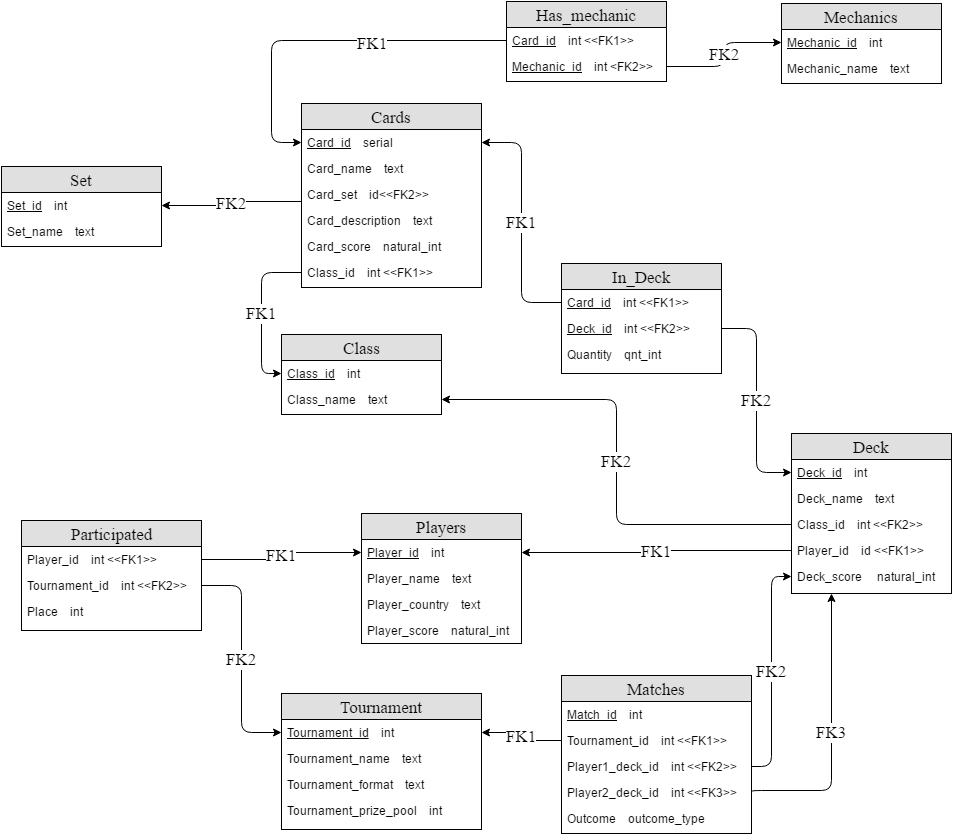
21011996/HearthStoneDB keeps this draw.io diagram as PDM.png. Above is the earlier version. Source tidied: cells renumbered, new cells last; positions are measured from the earlier drawing's top-left corner, leaving out a move shared by most shapes.
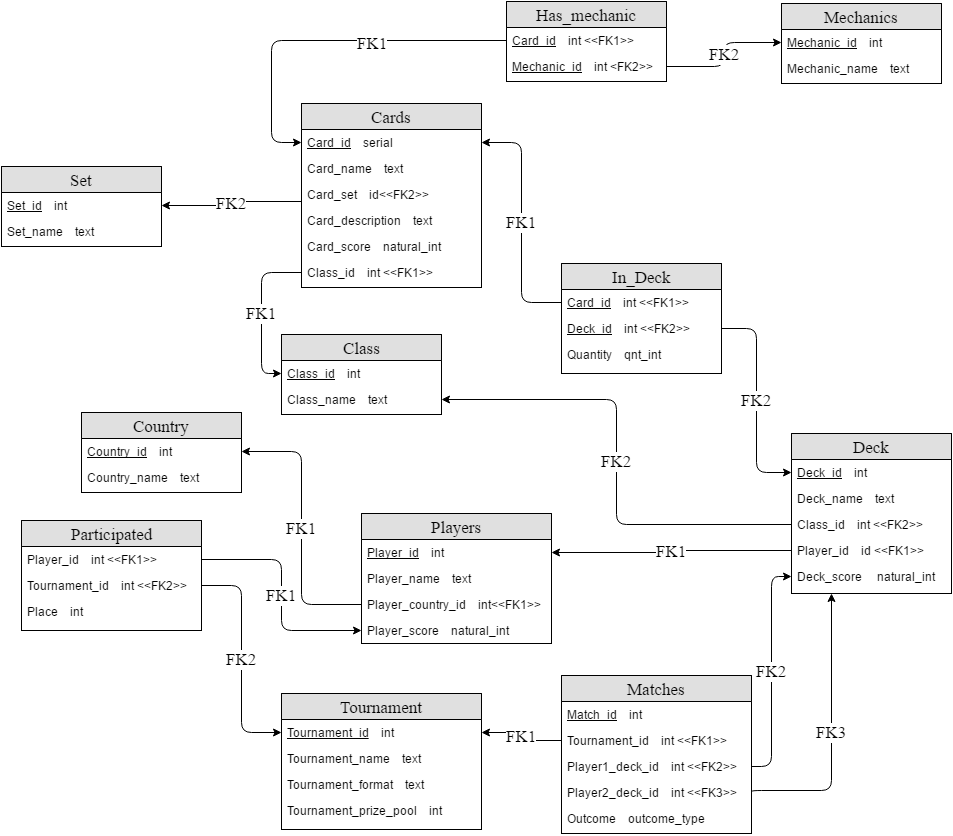
Later version of the same file.

Diff of the diagram source:
```diff
@@ -75,19 +75,19 @@
       <mxGeometry y="104" width="200" height="26" as="geometry" />
     </mxCell>
     <mxCell id="26" value="Players" style="swimlane;html=1;fontStyle=0;horizontal=1;startSize=26;fillColor=#e0e0e0;swimlaneFillColor=#ffffff;align=center;strokeWidth=1;fontFamily=Times New Roman;fontSize=17;" parent="1" vertex="1">
-      <mxGeometry x="360" y="512" width="160" height="130" as="geometry" />
+      <mxGeometry x="360" y="512" width="190" height="130" as="geometry" />
     </mxCell>
     <mxCell id="27" value="&lt;u&gt;Player_id&lt;/u&gt; &amp;nbsp; &amp;nbsp;int" style="text;html=1;strokeColor=none;fillColor=none;spacingLeft=4;spacingRight=4;whiteSpace=wrap;overflow=hidden;points=[[0,0.5],[1,0.5]];portConstraint=eastwest;" parent="26" vertex="1">
-      <mxGeometry y="26" width="160" height="26" as="geometry" />
+      <mxGeometry y="26" width="190" height="26" as="geometry" />
     </mxCell>
     <mxCell id="28" value="Player_name &amp;nbsp; &amp;nbsp;text" style="text;html=1;strokeColor=none;fillColor=none;spacingLeft=4;spacingRight=4;whiteSpace=wrap;overflow=hidden;" parent="26" vertex="1">
-      <mxGeometry y="52" width="160" height="26" as="geometry" />
+      <mxGeometry y="52" width="190" height="26" as="geometry" />
     </mxCell>
-    <mxCell id="29" value="Player_country &amp;nbsp; &amp;nbsp;text" style="text;html=1;strokeColor=none;fillColor=none;spacingLeft=4;spacingRight=4;whiteSpace=wrap;overflow=hidden;points=[[0,0.5],[1,0.5]];portConstraint=eastwest;" parent="26" vertex="1">
-      <mxGeometry y="78" width="160" height="26" as="geometry" />
+    <mxCell id="29" value="Player_country_id &amp;nbsp; &amp;nbsp;int&amp;lt;&amp;lt;FK1&amp;gt;&amp;gt;" style="text;html=1;strokeColor=none;fillColor=none;spacingLeft=4;spacingRight=4;whiteSpace=wrap;overflow=hidden;points=[[0,0.5],[1,0.5]];portConstraint=eastwest;" parent="26" vertex="1">
+      <mxGeometry y="78" width="190" height="26" as="geometry" />
     </mxCell>
     <mxCell id="30" value="Player_score &amp;nbsp; &amp;nbsp;natural_int" style="text;html=1;strokeColor=none;fillColor=none;spacingLeft=4;spacingRight=4;whiteSpace=wrap;overflow=hidden;points=[[0,0.5],[1,0.5]];portConstraint=eastwest;" parent="26" vertex="1">
-      <mxGeometry y="104" width="160" height="26" as="geometry" />
+      <mxGeometry y="104" width="190" height="26" as="geometry" />
     </mxCell>
     <mxCell id="31" value="Matches" style="swimlane;html=1;fontStyle=0;horizontal=1;startSize=26;fillColor=#e0e0e0;swimlaneFillColor=#ffffff;align=center;strokeWidth=1;fontFamily=Times New Roman;fontSize=17;" parent="1" vertex="1">
       <mxGeometry x="560" y="674" width="190" height="158" as="geometry" />
@@ -141,7 +141,7 @@
     <mxCell id="46" value="Place &amp;nbsp; &amp;nbsp;int" style="text;html=1;strokeColor=none;fillColor=none;spacingLeft=4;spacingRight=4;whiteSpace=wrap;overflow=hidden;" parent="43" vertex="1">
       <mxGeometry y="78" width="180" height="26" as="geometry" />
     </mxCell>
-    <mxCell id="47" value="FK1" style="edgeStyle=elbowEdgeStyle;elbow=horizontal;endArrow=classic;html=1;shadow=0;fontFamily=Times New Roman;fontSize=17;exitX=1;exitY=0.5;entryX=0;entryY=0.5;" parent="1" edge="1" source="44" target="27">
+    <mxCell id="47" value="FK1" style="edgeStyle=elbowEdgeStyle;elbow=horizontal;endArrow=classic;html=1;shadow=0;fontFamily=Times New Roman;fontSize=17;exitX=1;exitY=0.5;entryX=0;entryY=0.5;" parent="1" edge="1" source="44" target="30">
       <mxGeometry relative="1" as="geometry" />
     </mxCell>
     <mxCell id="48" value="FK2" style="edgeStyle=elbowEdgeStyle;elbow=horizontal;endArrow=classic;html=1;shadow=0;fontFamily=Times New Roman;fontSize=17;entryX=0;entryY=0.5;exitX=1;exitY=0.5;" parent="1" edge="1" source="45" target="22">
@@ -209,5 +209,17 @@
         </Array>
       </mxGeometry>
     </mxCell>
+    <mxCell id="64" value="Country" style="swimlane;html=1;fontStyle=0;horizontal=1;startSize=26;fillColor=#e0e0e0;swimlaneFillColor=#ffffff;align=center;fontFamily=Times New Roman;fontSize=17;" parent="1" vertex="1">
+      <mxGeometry x="80" y="411" width="160" height="80" as="geometry" />
+    </mxCell>
+    <mxCell id="65" value="&lt;u&gt;Country_id&lt;/u&gt; &amp;nbsp; &amp;nbsp;int" style="text;html=1;strokeColor=none;fillColor=none;spacingLeft=4;spacingRight=4;whiteSpace=wrap;overflow=hidden;points=[[0,0.5],[1,0.5]];portConstraint=eastwest;" parent="64" vertex="1">
+      <mxGeometry y="26" width="160" height="26" as="geometry" />
+    </mxCell>
+    <mxCell id="66" value="Country_name &amp;nbsp; &amp;nbsp;text" style="text;html=1;strokeColor=none;fillColor=none;spacingLeft=4;spacingRight=4;whiteSpace=wrap;overflow=hidden;" parent="64" vertex="1">
+      <mxGeometry y="52" width="160" height="26" as="geometry" />
+    </mxCell>
+    <mxCell id="67" value="FK1" style="edgeStyle=elbowEdgeStyle;elbow=horizontal;endArrow=classic;html=1;shadow=0;fontFamily=Times New Roman;fontSize=17;exitX=0;exitY=0.5;entryX=1;entryY=0.5;" parent="1" edge="1" source="29" target="65">
+      <mxGeometry x="230" y="429" as="geometry" />
+    </mxCell>
   </root>
 </mxGraphModel>
```
